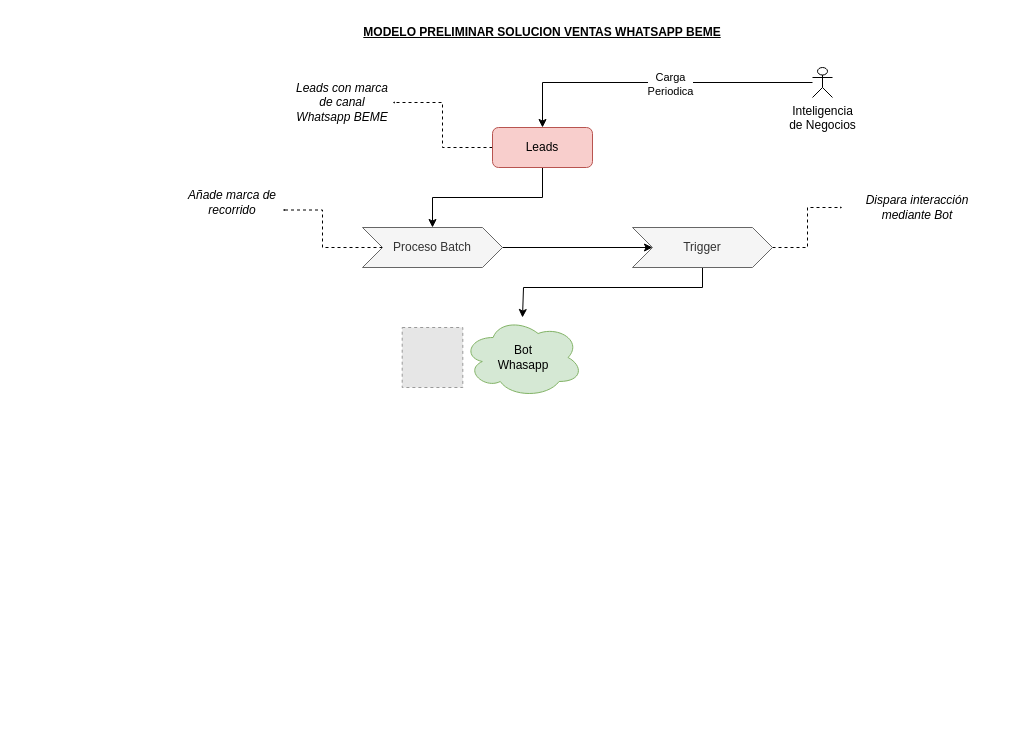
Before: Modelo Venta BEME Whatsapp.drawio in nonate/personalProject, a draw.io diagram. Source tidied: cells renumbered, new cells numbered last; positions are measured from the earlier drawing's top-left corner, leaving out a move shared by most shapes. Both pictures are drawn from the tidied source at 100%, with x=0, y=0 at pixel (182, 17). Pictures stored in the file or linked from it are replaced by grey dashed boxes.
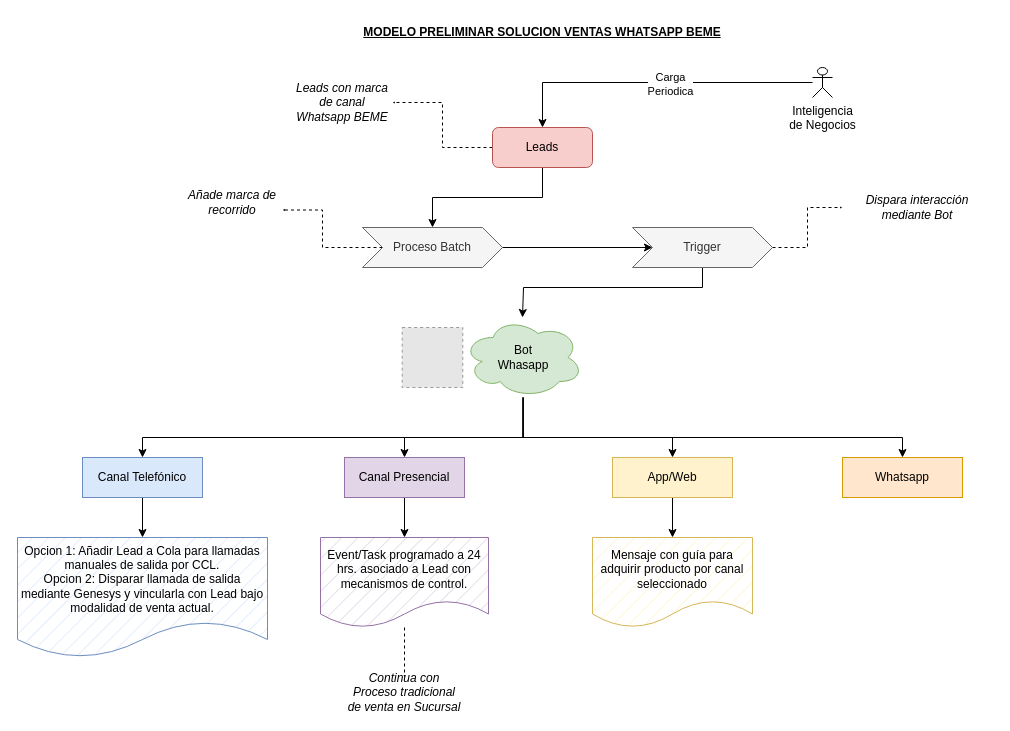
Above is the later version.

Unchanged cells that the change refers to:
```xml
<mxCell id="14" value="Bot &lt;br&gt;Whasapp" style="ellipse;shape=cloud;whiteSpace=wrap;html=1;fillColor=#d5e8d4;strokeColor=#82b366;" parent="1" vertex="1">
  <mxGeometry x="280.6" y="300" width="120" height="80" as="geometry" />
</mxCell>
```

Change to the diagram source:
```diff
@@
+    <mxCell id="21" style="edgeStyle=orthogonalEdgeStyle;rounded=0;jettySize=auto;html=1;" parent="1" edge="1" source="14" target="26">
+      <mxGeometry relative="1" as="geometry">
+        <Array as="points">
+          <mxPoint x="341" y="420" />
+          <mxPoint x="-40" y="420" />
+        </Array>
+      </mxGeometry>
+    </mxCell>
+    <mxCell id="22" style="edgeStyle=orthogonalEdgeStyle;rounded=0;jettySize=auto;html=1;entryX=0.5;entryY=0;entryDx=0;entryDy=0;" parent="1" edge="1" source="14" target="30">
+      <mxGeometry relative="1" as="geometry">
+        <Array as="points">
+          <mxPoint x="341" y="420" />
+          <mxPoint x="490" y="420" />
+        </Array>
+      </mxGeometry>
+    </mxCell>
+    <mxCell id="23" style="edgeStyle=orthogonalEdgeStyle;rounded=0;jettySize=auto;html=1;" parent="1" edge="1" source="14" target="31">
+      <mxGeometry relative="1" as="geometry">
+        <Array as="points">
+          <mxPoint x="341" y="420" />
+          <mxPoint x="720" y="420" />
+        </Array>
+      </mxGeometry>
+    </mxCell>
+    <mxCell id="24" style="edgeStyle=orthogonalEdgeStyle;rounded=0;jettySize=auto;html=1;entryX=0.5;entryY=0;entryDx=0;entryDy=0;" parent="1" edge="1" source="14" target="28">
+      <mxGeometry relative="1" as="geometry">
+        <Array as="points">
+          <mxPoint x="341" y="420" />
+          <mxPoint x="222" y="420" />
+        </Array>
+      </mxGeometry>
+    </mxCell>
@@
+    <mxCell id="25" style="edgeStyle=orthogonalEdgeStyle;rounded=0;jettySize=auto;html=1;" parent="1" edge="1" source="26" target="36">
+      <mxGeometry relative="1" as="geometry" />
+    </mxCell>
+    <mxCell id="26" value="Canal Telefónico" style="whiteSpace=wrap;html=1;fillColor=#dae8fc;strokeColor=#6c8ebf;" parent="1" vertex="1">
+      <mxGeometry x="-100" y="440" width="120" height="40" as="geometry" />
+    </mxCell>
+    <mxCell id="27" style="edgeStyle=orthogonalEdgeStyle;rounded=0;jettySize=auto;html=1;" parent="1" edge="1" source="28" target="33">
+      <mxGeometry relative="1" as="geometry" />
+    </mxCell>
+    <mxCell id="28" value="Canal Presencial" style="whiteSpace=wrap;html=1;fillColor=#e1d5e7;strokeColor=#9673a6;" parent="1" vertex="1">
+      <mxGeometry x="162" y="440" width="120" height="40" as="geometry" />
+    </mxCell>
+    <mxCell id="29" style="edgeStyle=orthogonalEdgeStyle;rounded=0;jettySize=auto;html=1;" parent="1" edge="1" source="30" target="34">
+      <mxGeometry relative="1" as="geometry" />
+    </mxCell>
+    <mxCell id="30" value="App/Web" style="whiteSpace=wrap;html=1;fillColor=#fff2cc;strokeColor=#d6b656;" parent="1" vertex="1">
+      <mxGeometry x="430" y="440" width="120" height="40" as="geometry" />
+    </mxCell>
+    <mxCell id="31" value="Whatsapp" style="whiteSpace=wrap;html=1;fillColor=#ffe6cc;strokeColor=#d79b00;" parent="1" vertex="1">
+      <mxGeometry x="660" y="440" width="120" height="40" as="geometry" />
+    </mxCell>
+    <mxCell id="32" style="edgeStyle=orthogonalEdgeStyle;rounded=0;jettySize=auto;html=1;entryX=0.5;entryY=0;entryDx=0;entryDy=0;dashed=1;endSize=0;" parent="1" edge="1" source="33" target="35">
+      <mxGeometry relative="1" as="geometry" />
+    </mxCell>
+    <mxCell id="33" value="Event/Task programado a 24 hrs. asociado a Lead con mecanismos de control." style="shape=document;whiteSpace=wrap;html=1;boundedLbl=1;fillColor=#e1d5e7;strokeColor=#9673a6;gradientColor=none;fillStyle=hatch;" parent="1" vertex="1">
+      <mxGeometry x="138" y="520" width="168" height="90" as="geometry" />
+    </mxCell>
+    <mxCell id="34" value="Mensaje con guía para adquirir producto por canal seleccionado" style="shape=document;whiteSpace=wrap;html=1;boundedLbl=1;fillColor=#fff2cc;strokeColor=#d6b656;fillStyle=hatch;" parent="1" vertex="1">
+      <mxGeometry x="410" y="520" width="160" height="90" as="geometry" />
+    </mxCell>
+    <mxCell id="35" value="Continua con Proceso tradicional de venta en Sucursal" style="text;html=1;strokeColor=none;fillColor=none;align=center;verticalAlign=middle;whiteSpace=wrap;rounded=0;fontStyle=2;" parent="1" vertex="1">
+      <mxGeometry x="162" y="660" width="120" height="30" as="geometry" />
+    </mxCell>
+    <mxCell id="36" value="Opcion 1: Añadir Lead a Cola para llamadas manuales de salida por CCL.&lt;br&gt;Opcion 2: Disparar llamada de salida mediante Genesys y vincularla con Lead bajo modalidad de venta actual." style="shape=document;whiteSpace=wrap;html=1;boundedLbl=1;fillColor=#dae8fc;strokeColor=#6c8ebf;fillStyle=hatch;" parent="1" vertex="1">
+      <mxGeometry x="-165" y="520" width="250" height="120" as="geometry" />
+    </mxCell>
```
